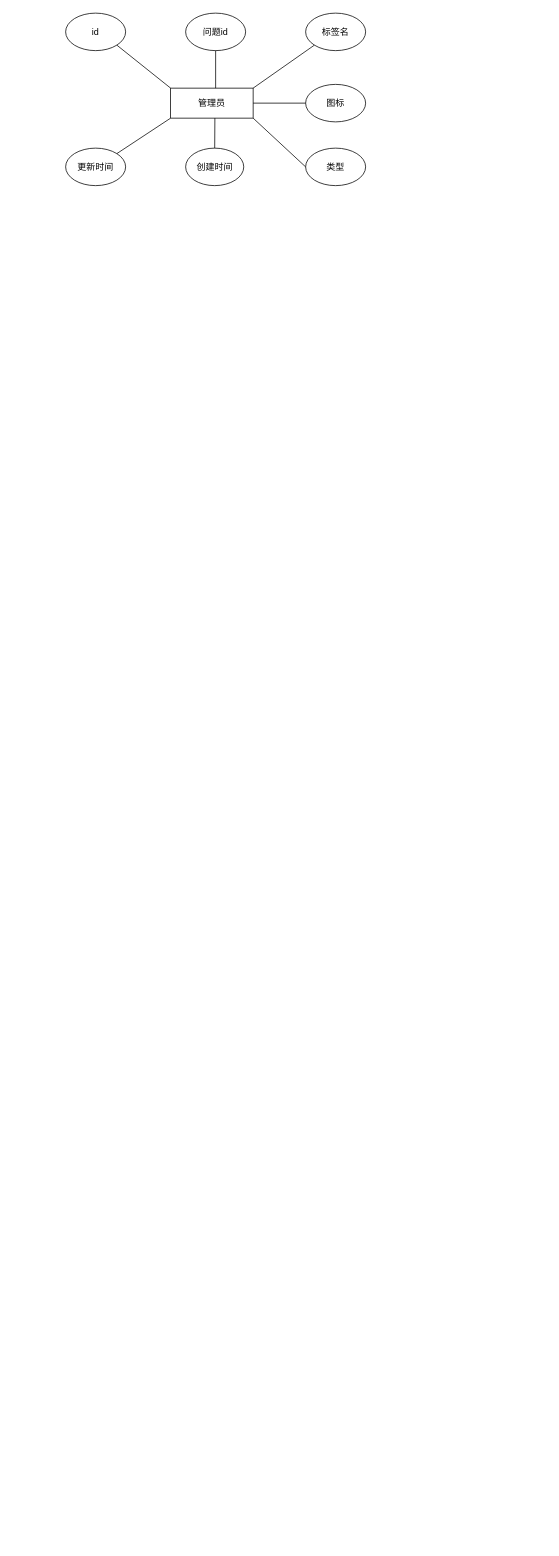
Earlier version of the draw.io diagram 管理员.drawio (cakesmonster/draw.io). Source tidied: cells renumbered, new cells numbered last; positions are measured from the earlier drawing's top-left corner, leaving out a move shared by most shapes. Both pictures are drawn from the tidied source at 75%, with x=0, y=0 at pixel (65, 13).
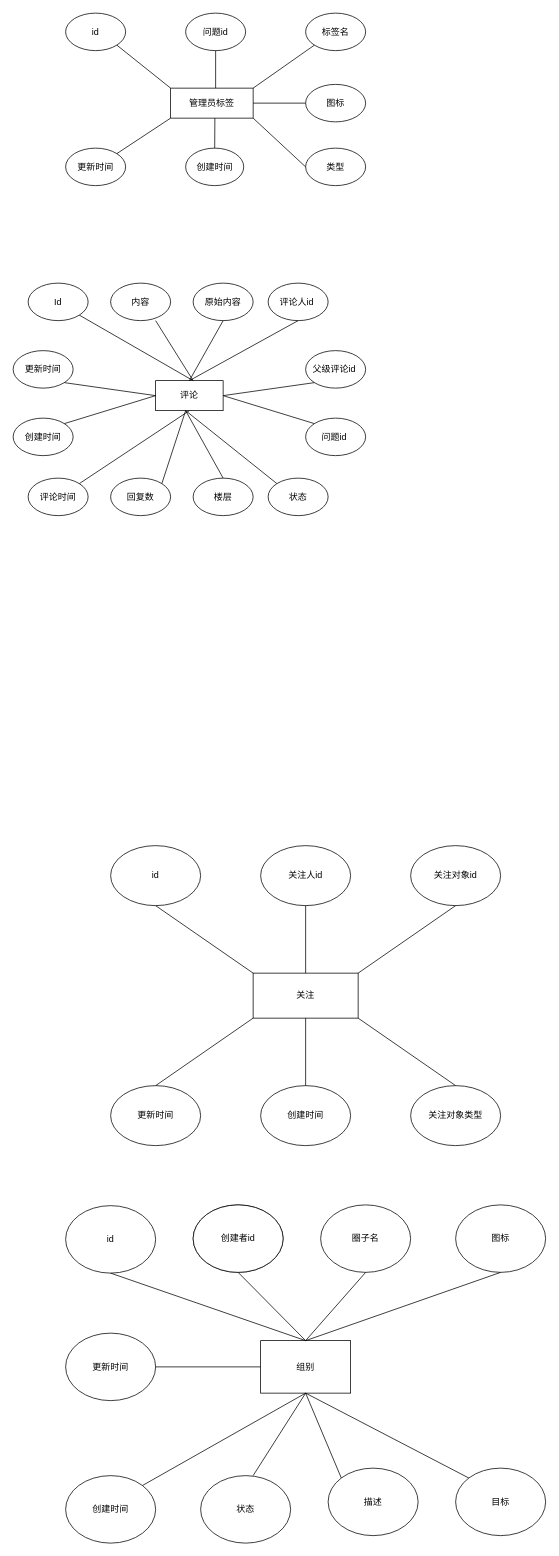
Above is the later version.

The edit, as a diff of the source:
```diff
@@
-    <mxCell id="2" value="管理员" style="rounded=0;whiteSpace=wrap;html=1;" parent="1" vertex="1">
+    <mxCell id="2" value="管理员标签" style="rounded=0;whiteSpace=wrap;html=1;" parent="1" vertex="1">
       <mxGeometry x="140" y="100" width="110" height="40" as="geometry" />
     </mxCell>
@@
+    <mxCell id="17" value="评论" style="rounded=0;whiteSpace=wrap;html=1;" parent="1" vertex="1">
+      <mxGeometry x="120" y="490" width="90" height="40" as="geometry" />
+    </mxCell>
+    <mxCell id="18" value="评论人id&amp;nbsp;" style="ellipse;whiteSpace=wrap;html=1;" parent="1" vertex="1">
+      <mxGeometry x="270" y="360" width="80" height="50" as="geometry" />
+    </mxCell>
+    <mxCell id="19" value="父级评论id&amp;nbsp;" style="ellipse;whiteSpace=wrap;html=1;" parent="1" vertex="1">
+      <mxGeometry x="320" y="450" width="80" height="50" as="geometry" />
+    </mxCell>
+    <mxCell id="20" value="问题id&amp;nbsp;" style="ellipse;whiteSpace=wrap;html=1;" parent="1" vertex="1">
+      <mxGeometry x="320" y="540" width="80" height="50" as="geometry" />
+    </mxCell>
+    <mxCell id="21" value="状态" style="ellipse;whiteSpace=wrap;html=1;" parent="1" vertex="1">
+      <mxGeometry x="270" y="620" width="80" height="50" as="geometry" />
+    </mxCell>
+    <mxCell id="22" value="原始内容" style="ellipse;whiteSpace=wrap;html=1;" parent="1" vertex="1">
+      <mxGeometry x="170" y="360" width="80" height="50" as="geometry" />
+    </mxCell>
+    <mxCell id="23" value="楼层" style="ellipse;whiteSpace=wrap;html=1;" parent="1" vertex="1">
+      <mxGeometry x="170" y="620" width="80" height="50" as="geometry" />
+    </mxCell>
+    <mxCell id="24" value="回复数" style="ellipse;whiteSpace=wrap;html=1;" parent="1" vertex="1">
+      <mxGeometry x="60" y="620" width="80" height="50" as="geometry" />
+    </mxCell>
+    <mxCell id="25" value="内容" style="ellipse;whiteSpace=wrap;html=1;" parent="1" vertex="1">
+      <mxGeometry x="60" y="360" width="80" height="50" as="geometry" />
+    </mxCell>
+    <mxCell id="26" value="Id" style="ellipse;whiteSpace=wrap;html=1;" parent="1" vertex="1">
+      <mxGeometry x="-50" y="360" width="80" height="50" as="geometry" />
+    </mxCell>
+    <mxCell id="27" value="更新时间" style="ellipse;whiteSpace=wrap;html=1;" parent="1" vertex="1">
+      <mxGeometry x="-70" y="450" width="80" height="50" as="geometry" />
+    </mxCell>
+    <mxCell id="28" value="创建时间" style="ellipse;whiteSpace=wrap;html=1;direction=west;" parent="1" vertex="1">
+      <mxGeometry x="-70" y="540" width="80" height="50" as="geometry" />
+    </mxCell>
+    <mxCell id="29" value="评论时间" style="ellipse;whiteSpace=wrap;html=1;" parent="1" vertex="1">
+      <mxGeometry x="-50" y="620" width="80" height="50" as="geometry" />
+    </mxCell>
+    <mxCell id="30" style="endArrow=none;html=1;exitX=0.5;exitY=0;exitDx=0;exitDy=0;" parent="1" edge="1" source="17">
+      <mxGeometry relative="1" as="geometry">
+        <mxPoint x="210" y="410" as="targetPoint" />
+      </mxGeometry>
+    </mxCell>
+    <mxCell id="31" style="endArrow=none;html=1;entryX=0.5;entryY=1;entryDx=0;entryDy=0;" parent="1" edge="1" target="18">
+      <mxGeometry relative="1" as="geometry">
+        <mxPoint x="165" y="490" as="sourcePoint" />
+      </mxGeometry>
+    </mxCell>
+    <mxCell id="32" style="endArrow=none;html=1;" parent="1" edge="1">
+      <mxGeometry relative="1" as="geometry">
+        <mxPoint x="170" y="490" as="sourcePoint" />
+        <mxPoint x="120" y="410" as="targetPoint" />
+      </mxGeometry>
+    </mxCell>
+    <mxCell id="33" style="endArrow=none;html=1;exitX=1;exitY=1;exitDx=0;exitDy=0;" parent="1" edge="1" source="26">
+      <mxGeometry relative="1" as="geometry">
+        <mxPoint x="170" y="490" as="targetPoint" />
+      </mxGeometry>
+    </mxCell>
+    <mxCell id="34" style="endArrow=none;html=1;entryX=0;entryY=1;entryDx=0;entryDy=0;exitX=1;exitY=0.5;exitDx=0;exitDy=0;" parent="1" edge="1" source="17" target="19">
+      <mxGeometry relative="1" as="geometry" />
+    </mxCell>
+    <mxCell id="35" style="endArrow=none;html=1;entryX=0;entryY=0;entryDx=0;entryDy=0;" parent="1" edge="1" target="20">
+      <mxGeometry relative="1" as="geometry">
+        <mxPoint x="210" y="510" as="sourcePoint" />
+      </mxGeometry>
+    </mxCell>
+    <mxCell id="36" style="endArrow=none;html=1;exitX=1;exitY=1;exitDx=0;exitDy=0;" parent="1" edge="1" source="27">
+      <mxGeometry relative="1" as="geometry">
+        <mxPoint x="120" y="510" as="targetPoint" />
+      </mxGeometry>
+    </mxCell>
+    <mxCell id="37" style="endArrow=none;html=1;entryX=0;entryY=0.5;entryDx=0;entryDy=0;exitX=0;exitY=1;exitDx=0;exitDy=0;" parent="1" edge="1" source="28" target="17">
+      <mxGeometry relative="1" as="geometry" />
+    </mxCell>
+    <mxCell id="38" style="endArrow=none;html=1;exitX=1;exitY=0;exitDx=0;exitDy=0;entryX=0.5;entryY=1;entryDx=0;entryDy=0;" parent="1" edge="1" source="29" target="17">
+      <mxGeometry relative="1" as="geometry" />
+    </mxCell>
+    <mxCell id="39" style="endArrow=none;html=1;exitX=1;exitY=0;exitDx=0;exitDy=0;" parent="1" edge="1" source="24">
+      <mxGeometry relative="1" as="geometry">
+        <mxPoint x="160" y="530" as="targetPoint" />
+      </mxGeometry>
+    </mxCell>
+    <mxCell id="40" style="endArrow=none;html=1;exitX=0.5;exitY=0;exitDx=0;exitDy=0;" parent="1" edge="1" source="23">
+      <mxGeometry relative="1" as="geometry">
+        <mxPoint x="160" y="530" as="targetPoint" />
+      </mxGeometry>
+    </mxCell>
+    <mxCell id="41" style="endArrow=none;html=1;exitX=0;exitY=0;exitDx=0;exitDy=0;" parent="1" edge="1" source="21">
+      <mxGeometry relative="1" as="geometry">
+        <mxPoint x="160" y="530" as="targetPoint" />
+      </mxGeometry>
+    </mxCell>
+    <mxCell id="42" value="关注" style="rounded=0;whiteSpace=wrap;html=1;" parent="1" vertex="1">
+      <mxGeometry x="250" y="1280" width="140" height="60" as="geometry" />
+    </mxCell>
+    <mxCell id="43" value="关注人id" style="ellipse;whiteSpace=wrap;html=1;" parent="1" vertex="1">
+      <mxGeometry x="260" y="1110" width="120" height="80" as="geometry" />
+    </mxCell>
+    <mxCell id="44" value="关注对象id" style="ellipse;whiteSpace=wrap;html=1;" parent="1" vertex="1">
+      <mxGeometry x="460" y="1110" width="120" height="80" as="geometry" />
+    </mxCell>
+    <mxCell id="45" value="id" style="ellipse;whiteSpace=wrap;html=1;" parent="1" vertex="1">
+      <mxGeometry x="60" y="1110" width="120" height="80" as="geometry" />
+    </mxCell>
+    <mxCell id="46" value="更新时间" style="ellipse;whiteSpace=wrap;html=1;" parent="1" vertex="1">
+      <mxGeometry x="60" y="1430" width="120" height="80" as="geometry" />
+    </mxCell>
+    <mxCell id="47" value="创建时间" style="ellipse;whiteSpace=wrap;html=1;" parent="1" vertex="1">
+      <mxGeometry x="260" y="1430" width="120" height="80" as="geometry" />
+    </mxCell>
+    <mxCell id="48" value="关注对象类型" style="ellipse;whiteSpace=wrap;html=1;" parent="1" vertex="1">
+      <mxGeometry x="460" y="1430" width="120" height="80" as="geometry" />
+    </mxCell>
+    <mxCell id="49" style="endArrow=none;html=1;entryX=0.5;entryY=1;entryDx=0;entryDy=0;" parent="1" edge="1" target="43">
+      <mxGeometry relative="1" as="geometry">
+        <mxPoint x="320" y="1280" as="sourcePoint" />
+      </mxGeometry>
+    </mxCell>
+    <mxCell id="50" style="endArrow=none;html=1;entryX=0.5;entryY=0;entryDx=0;entryDy=0;exitX=0.5;exitY=1;exitDx=0;exitDy=0;" parent="1" edge="1" source="42" target="47">
+      <mxGeometry relative="1" as="geometry" />
+    </mxCell>
+    <mxCell id="51" style="endArrow=none;html=1;entryX=0.5;entryY=1;entryDx=0;entryDy=0;exitX=1;exitY=0;exitDx=0;exitDy=0;" parent="1" edge="1" source="42" target="44">
+      <mxGeometry relative="1" as="geometry" />
+    </mxCell>
+    <mxCell id="52" style="endArrow=none;html=1;exitX=1;exitY=1;exitDx=0;exitDy=0;entryX=0.5;entryY=0;entryDx=0;entryDy=0;" parent="1" edge="1" source="42" target="48">
+      <mxGeometry relative="1" as="geometry" />
+    </mxCell>
+    <mxCell id="53" style="endArrow=none;html=1;entryX=0.5;entryY=1;entryDx=0;entryDy=0;exitX=0;exitY=0;exitDx=0;exitDy=0;" parent="1" edge="1" source="42" target="45">
+      <mxGeometry relative="1" as="geometry" />
+    </mxCell>
+    <mxCell id="54" style="endArrow=none;html=1;exitX=0.5;exitY=0;exitDx=0;exitDy=0;entryX=0;entryY=1;entryDx=0;entryDy=0;" parent="1" edge="1" source="46" target="42">
+      <mxGeometry relative="1" as="geometry" />
+    </mxCell>
+    <mxCell id="55" value="组别" style="rounded=0;whiteSpace=wrap;html=1;" parent="1" vertex="1">
+      <mxGeometry x="260" y="1770" width="120" height="70" as="geometry" />
+    </mxCell>
+    <mxCell id="56" style="ellipse;whiteSpace=wrap;html=1;" parent="1" vertex="1">
+      <mxGeometry x="170" y="1589" width="120" height="90" as="geometry" />
+    </mxCell>
+    <mxCell id="57" value="创建者id" style="ellipse;whiteSpace=wrap;html=1;" parent="1" vertex="1">
+      <mxGeometry x="170" y="1589" width="120" height="90" as="geometry" />
+    </mxCell>
+    <mxCell id="58" value="id" style="ellipse;whiteSpace=wrap;html=1;" parent="1" vertex="1">
+      <mxGeometry y="1590" width="120" height="90" as="geometry" />
+    </mxCell>
+    <mxCell id="59" value="更新时间" style="ellipse;whiteSpace=wrap;html=1;" parent="1" vertex="1">
+      <mxGeometry y="1760" width="120" height="90" as="geometry" />
+    </mxCell>
+    <mxCell id="60" value="创建时间" style="ellipse;whiteSpace=wrap;html=1;" parent="1" vertex="1">
+      <mxGeometry y="1950" width="120" height="90" as="geometry" />
+    </mxCell>
+    <mxCell id="61" value="状态" style="ellipse;whiteSpace=wrap;html=1;direction=west;" parent="1" vertex="1">
+      <mxGeometry x="180" y="1950" width="120" height="90" as="geometry" />
+    </mxCell>
+    <mxCell id="62" value="描述" style="ellipse;whiteSpace=wrap;html=1;" parent="1" vertex="1">
+      <mxGeometry x="350" y="1940" width="120" height="90" as="geometry" />
+    </mxCell>
+    <mxCell id="63" value="目标" style="ellipse;whiteSpace=wrap;html=1;" parent="1" vertex="1">
+      <mxGeometry x="520" y="1940" width="120" height="90" as="geometry" />
+    </mxCell>
+    <mxCell id="64" value="圈子名" style="ellipse;whiteSpace=wrap;html=1;" parent="1" vertex="1">
+      <mxGeometry x="340" y="1589" width="120" height="90" as="geometry" />
+    </mxCell>
+    <mxCell id="65" value="图标" style="ellipse;whiteSpace=wrap;html=1;" parent="1" vertex="1">
+      <mxGeometry x="520" y="1589" width="120" height="90" as="geometry" />
+    </mxCell>
+    <mxCell id="66" style="endArrow=none;html=1;entryX=0.5;entryY=1;entryDx=0;entryDy=0;exitX=0.5;exitY=0;exitDx=0;exitDy=0;" parent="1" edge="1" source="55" target="57">
+      <mxGeometry relative="1" as="geometry" />
+    </mxCell>
+    <mxCell id="67" style="endArrow=none;html=1;entryX=0.5;entryY=1;entryDx=0;entryDy=0;" parent="1" edge="1" target="64">
+      <mxGeometry relative="1" as="geometry">
+        <mxPoint x="320" y="1770" as="sourcePoint" />
+      </mxGeometry>
+    </mxCell>
+    <mxCell id="68" style="endArrow=none;html=1;entryX=0.5;entryY=1;entryDx=0;entryDy=0;" parent="1" edge="1" target="65">
+      <mxGeometry relative="1" as="geometry">
+        <mxPoint x="320" y="1770" as="sourcePoint" />
+      </mxGeometry>
+    </mxCell>
+    <mxCell id="69" style="endArrow=none;html=1;entryX=0.5;entryY=1;entryDx=0;entryDy=0;" parent="1" edge="1" target="58">
+      <mxGeometry relative="1" as="geometry">
+        <mxPoint x="320" y="1770" as="sourcePoint" />
+      </mxGeometry>
+    </mxCell>
+    <mxCell id="70" style="endArrow=none;html=1;exitX=1;exitY=0.5;exitDx=0;exitDy=0;" parent="1" edge="1" source="59" target="55">
+      <mxGeometry relative="1" as="geometry" />
+    </mxCell>
+    <mxCell id="71" style="endArrow=none;html=1;exitX=1;exitY=0;exitDx=0;exitDy=0;entryX=0.5;entryY=1;entryDx=0;entryDy=0;" parent="1" edge="1" source="60" target="55">
+      <mxGeometry relative="1" as="geometry" />
+    </mxCell>
+    <mxCell id="72" style="endArrow=none;html=1;entryX=0;entryY=0;entryDx=0;entryDy=0;" parent="1" edge="1" target="62">
+      <mxGeometry relative="1" as="geometry">
+        <mxPoint x="320" y="1840" as="sourcePoint" />
+      </mxGeometry>
+    </mxCell>
+    <mxCell id="73" style="endArrow=none;html=1;entryX=0;entryY=0;entryDx=0;entryDy=0;" parent="1" edge="1" target="63">
+      <mxGeometry relative="1" as="geometry">
+        <mxPoint x="320" y="1840" as="sourcePoint" />
+      </mxGeometry>
+    </mxCell>
+    <mxCell id="74" style="endArrow=none;html=1;" parent="1" edge="1">
+      <mxGeometry relative="1" as="geometry">
+        <mxPoint x="250" y="1950" as="sourcePoint" />
+        <mxPoint x="320" y="1840" as="targetPoint" />
+      </mxGeometry>
+    </mxCell>
```
